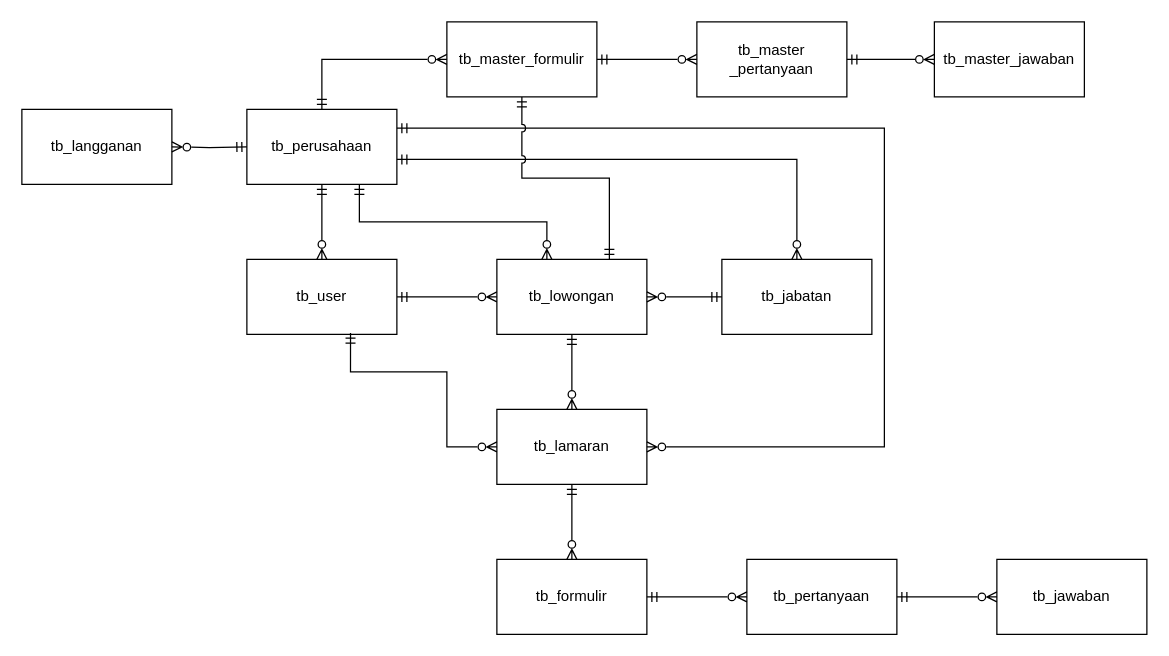
Before: page "ERD v2" (4 of 5) of Rancanngan Basis Data.drawio in keys2505/tugas-akhir, a draw.io diagram. Source tidied: cells renumbered, new cells numbered last; positions are measured from the earlier drawing's top-left corner, leaving out a move shared by most shapes. Both pictures are drawn from the tidied source at 125%, with x=0, y=0 at pixel (21, 21).
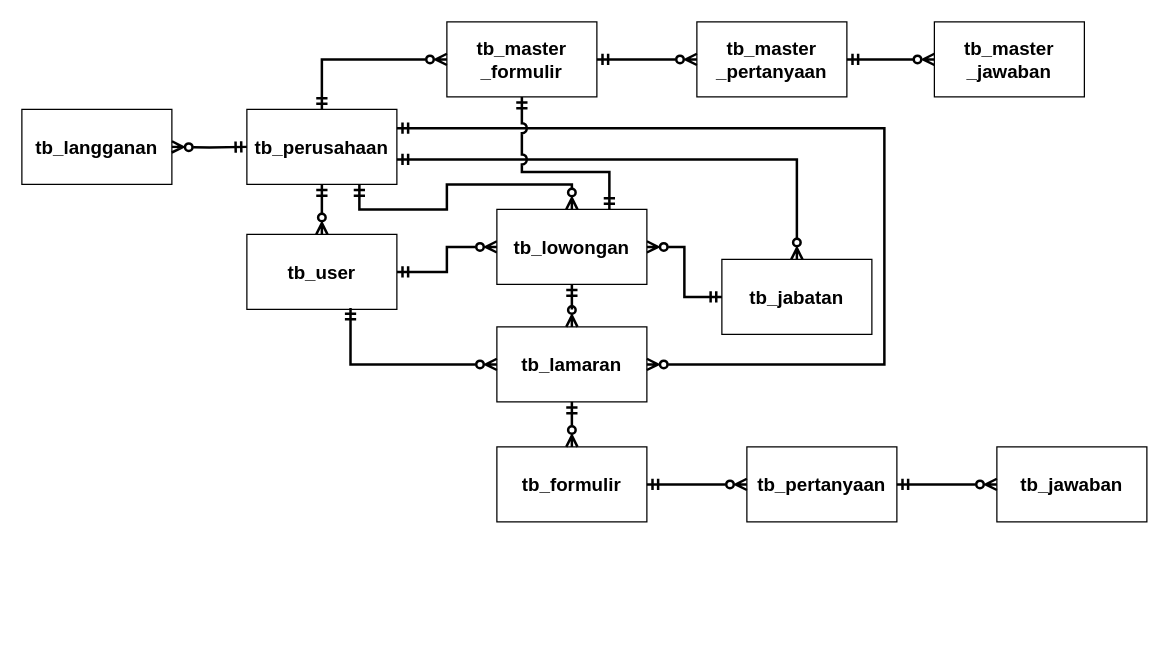
The same diagram, later.

Change to the diagram source:
```diff
@@
-    <mxCell id="2" style="edgeStyle=orthogonalEdgeStyle;rounded=0;jettySize=auto;html=1;strokeColor=default;endArrow=ERzeroToMany;endFill=0;startArrow=ERmandOne;startFill=0;" parent="1" edge="1" source="3" target="13">
+    <mxCell id="2" style="edgeStyle=orthogonalEdgeStyle;rounded=0;jettySize=auto;html=1;strokeColor=default;endArrow=ERzeroToMany;endFill=0;startArrow=ERmandOne;startFill=0;fontSize=15;fontStyle=1;strokeWidth=2;" parent="1" edge="1" source="3" target="13">
       <mxGeometry relative="1" as="geometry" />
     </mxCell>
-    <mxCell id="3" value="tb_user" style="rounded=0;whiteSpace=wrap;html=1;" parent="1" vertex="1">
-      <mxGeometry x="180" y="190" width="120" height="60" as="geometry" />
+    <mxCell id="3" value="tb_user" style="rounded=0;whiteSpace=wrap;html=1;fontSize=15;fontStyle=1;" parent="1" vertex="1">
+      <mxGeometry x="180" y="170" width="120" height="60" as="geometry" />
     </mxCell>
-    <mxCell id="4" value="tb_perusahaan" style="rounded=0;whiteSpace=wrap;html=1;" parent="1" vertex="1">
+    <mxCell id="4" value="tb_perusahaan" style="rounded=0;whiteSpace=wrap;html=1;fontSize=15;fontStyle=1;" parent="1" vertex="1">
       <mxGeometry x="180" y="70" width="120" height="60" as="geometry" />
     </mxCell>
-    <mxCell id="5" value="tb_jabatan" style="rounded=0;whiteSpace=wrap;html=1;" parent="1" vertex="1">
+    <mxCell id="5" value="tb_jabatan" style="rounded=0;whiteSpace=wrap;html=1;fontSize=15;fontStyle=1;" parent="1" vertex="1">
       <mxGeometry x="560" y="190" width="120" height="60" as="geometry" />
     </mxCell>
-    <mxCell id="6" value="tb_master_formulir" style="rounded=0;whiteSpace=wrap;html=1;" parent="1" vertex="1">
+    <mxCell id="6" value="tb_master&lt;br&gt;_formulir" style="rounded=0;whiteSpace=wrap;html=1;fontSize=15;fontStyle=1;" parent="1" vertex="1">
       <mxGeometry x="340" width="120" height="60" as="geometry" />
     </mxCell>
-    <mxCell id="7" value="tb_master&lt;br&gt;_pertanyaan" style="rounded=0;whiteSpace=wrap;html=1;" parent="1" vertex="1">
+    <mxCell id="7" value="tb_master&lt;br style=&quot;font-size: 15px;&quot;&gt;_pertanyaan" style="rounded=0;whiteSpace=wrap;html=1;fontSize=15;fontStyle=1;" parent="1" vertex="1">
       <mxGeometry x="540" width="120" height="60" as="geometry" />
     </mxCell>
-    <mxCell id="8" value="tb_master_jawaban" style="rounded=0;whiteSpace=wrap;html=1;" parent="1" vertex="1">
+    <mxCell id="8" value="tb_master&lt;br&gt;_jawaban" style="rounded=0;whiteSpace=wrap;html=1;fontSize=15;fontStyle=1;" parent="1" vertex="1">
       <mxGeometry x="730" width="120" height="60" as="geometry" />
     </mxCell>
-    <mxCell id="9" value="tb_formulir" style="rounded=0;whiteSpace=wrap;html=1;" parent="1" vertex="1">
-      <mxGeometry x="380" y="430" width="120" height="60" as="geometry" />
+    <mxCell id="9" value="tb_formulir" style="rounded=0;whiteSpace=wrap;html=1;fontSize=15;fontStyle=1;" parent="1" vertex="1">
+      <mxGeometry x="380" y="340" width="120" height="60" as="geometry" />
     </mxCell>
-    <mxCell id="10" value="tb_lamaran" style="rounded=0;whiteSpace=wrap;html=1;" parent="1" vertex="1">
-      <mxGeometry x="380" y="310" width="120" height="60" as="geometry" />
+    <mxCell id="10" value="tb_lamaran" style="rounded=0;whiteSpace=wrap;html=1;fontSize=15;fontStyle=1;" parent="1" vertex="1">
+      <mxGeometry x="380" y="244" width="120" height="60" as="geometry" />
     </mxCell>
-    <mxCell id="11" value="tb_pertanyaan" style="rounded=0;whiteSpace=wrap;html=1;" parent="1" vertex="1">
-      <mxGeometry x="580" y="430" width="120" height="60" as="geometry" />
+    <mxCell id="11" value="tb_pertanyaan" style="rounded=0;whiteSpace=wrap;html=1;fontSize=15;fontStyle=1;" parent="1" vertex="1">
+      <mxGeometry x="580" y="340" width="120" height="60" as="geometry" />
     </mxCell>
-    <mxCell id="12" value="tb_jawaban" style="rounded=0;whiteSpace=wrap;html=1;" parent="1" vertex="1">
-      <mxGeometry x="780" y="430" width="120" height="60" as="geometry" />
+    <mxCell id="12" value="tb_jawaban" style="rounded=0;whiteSpace=wrap;html=1;fontSize=15;fontStyle=1;" parent="1" vertex="1">
+      <mxGeometry x="780" y="340" width="120" height="60" as="geometry" />
     </mxCell>
-    <mxCell id="13" value="tb_lowongan" style="rounded=0;whiteSpace=wrap;html=1;" parent="1" vertex="1">
-      <mxGeometry x="380" y="190" width="120" height="60" as="geometry" />
-    </mxCell>
-    <mxCell id="14" style="edgeStyle=orthogonalEdgeStyle;rounded=0;jettySize=auto;html=1;strokeColor=default;endArrow=ERzeroToMany;endFill=0;startArrow=ERmandOne;startFill=0;exitX=0.5;exitY=1;exitDx=0;exitDy=0;entryX=0.5;entryY=0;entryDx=0;entryDy=0;" parent="1" edge="1" source="13" target="10">
+    <mxCell id="14" style="edgeStyle=orthogonalEdgeStyle;rounded=0;jettySize=auto;html=1;strokeColor=default;endArrow=ERzeroToMany;endFill=0;startArrow=ERmandOne;startFill=0;exitX=0.5;exitY=1;exitDx=0;exitDy=0;entryX=0.5;entryY=0;entryDx=0;entryDy=0;fontSize=15;fontStyle=1;strokeWidth=2;" parent="1" edge="1" source="13" target="10">
       <mxGeometry relative="1" as="geometry">
         <Array as="points">
-          <mxPoint x="440" y="260" />
-          <mxPoint x="440" y="260" />
+          <mxPoint x="440" y="230" />
+          <mxPoint x="440" y="230" />
         </Array>
       </mxGeometry>
     </mxCell>
-    <mxCell id="15" style="edgeStyle=orthogonalEdgeStyle;rounded=0;jettySize=auto;html=1;strokeColor=default;endArrow=ERzeroToMany;endFill=0;startArrow=ERmandOne;startFill=0;entryX=0.5;entryY=0;entryDx=0;entryDy=0;exitX=0.5;exitY=1;exitDx=0;exitDy=0;" parent="1" edge="1" source="10" target="9">
+    <mxCell id="15" style="edgeStyle=orthogonalEdgeStyle;rounded=0;jettySize=auto;html=1;strokeColor=default;endArrow=ERzeroToMany;endFill=0;startArrow=ERmandOne;startFill=0;entryX=0.5;entryY=0;entryDx=0;entryDy=0;exitX=0.5;exitY=1;exitDx=0;exitDy=0;fontSize=15;fontStyle=1;strokeWidth=2;" parent="1" edge="1" source="10" target="9">
       <mxGeometry relative="1" as="geometry">
         <Array as="points">
-          <mxPoint x="440" y="430" />
-          <mxPoint x="440" y="430" />
+          <mxPoint x="440" y="320" />
+          <mxPoint x="440" y="320" />
         </Array>
       </mxGeometry>
     </mxCell>
-    <mxCell id="16" style="edgeStyle=orthogonalEdgeStyle;rounded=0;jettySize=auto;html=1;strokeColor=default;endArrow=ERzeroToMany;endFill=0;startArrow=ERmandOne;startFill=0;entryX=0;entryY=0.5;entryDx=0;entryDy=0;exitX=1;exitY=0.5;exitDx=0;exitDy=0;" parent="1" edge="1" source="9" target="11">
+    <mxCell id="16" style="edgeStyle=orthogonalEdgeStyle;rounded=0;jettySize=auto;html=1;strokeColor=default;endArrow=ERzeroToMany;endFill=0;startArrow=ERmandOne;startFill=0;entryX=0;entryY=0.5;entryDx=0;entryDy=0;exitX=1;exitY=0.5;exitDx=0;exitDy=0;fontSize=15;fontStyle=1;strokeWidth=2;" parent="1" edge="1" source="9" target="11">
       <mxGeometry relative="1" as="geometry">
         <Array as="points">
-          <mxPoint x="550" y="460" />
-          <mxPoint x="550" y="460" />
+          <mxPoint x="550" y="370" />
+          <mxPoint x="550" y="370" />
         </Array>
       </mxGeometry>
     </mxCell>
-    <mxCell id="17" style="edgeStyle=orthogonalEdgeStyle;rounded=0;jettySize=auto;html=1;strokeColor=default;endArrow=ERzeroToMany;endFill=0;startArrow=ERmandOne;startFill=0;entryX=0;entryY=0.5;entryDx=0;entryDy=0;exitX=1;exitY=0.5;exitDx=0;exitDy=0;" parent="1" edge="1" source="11" target="12">
+    <mxCell id="17" style="edgeStyle=orthogonalEdgeStyle;rounded=0;jettySize=auto;html=1;strokeColor=default;endArrow=ERzeroToMany;endFill=0;startArrow=ERmandOne;startFill=0;entryX=0;entryY=0.5;entryDx=0;entryDy=0;exitX=1;exitY=0.5;exitDx=0;exitDy=0;fontSize=15;fontStyle=1;strokeWidth=2;" parent="1" edge="1" source="11" target="12">
       <mxGeometry relative="1" as="geometry">
         <Array as="points">
-          <mxPoint x="750" y="460" />
-          <mxPoint x="750" y="460" />
+          <mxPoint x="750" y="370" />
+          <mxPoint x="750" y="370" />
         </Array>
       </mxGeometry>
     </mxCell>
-    <mxCell id="18" style="edgeStyle=orthogonalEdgeStyle;rounded=0;jettySize=auto;html=1;strokeColor=default;endArrow=ERzeroToMany;endFill=0;startArrow=ERmandOne;startFill=0;exitX=0.5;exitY=0;exitDx=0;exitDy=0;entryX=0.5;entryY=0;entryDx=0;entryDy=0;" parent="1" edge="1" target="3">
+    <mxCell id="18" style="edgeStyle=orthogonalEdgeStyle;rounded=0;jettySize=auto;html=1;strokeColor=default;endArrow=ERzeroToMany;endFill=0;startArrow=ERmandOne;startFill=0;entryX=0.5;entryY=0;entryDx=0;entryDy=0;fontSize=15;fontStyle=1;strokeWidth=2;exitX=0.5;exitY=1;exitDx=0;exitDy=0;" parent="1" edge="1" source="4" target="3">
       <mxGeometry relative="1" as="geometry">
-        <mxPoint x="240" y="130" as="sourcePoint" />
         <Array as="points">
-          <mxPoint x="240" y="160" />
-          <mxPoint x="240" y="160" />
+          <mxPoint x="240" y="140" />
+          <mxPoint x="240" y="140" />
         </Array>
       </mxGeometry>
     </mxCell>
-    <mxCell id="19" style="edgeStyle=orthogonalEdgeStyle;rounded=0;jettySize=auto;html=1;strokeColor=default;endArrow=ERzeroToMany;endFill=0;startArrow=ERmandOne;startFill=0;" parent="1" edge="1" target="5">
+    <mxCell id="19" style="edgeStyle=orthogonalEdgeStyle;rounded=0;jettySize=auto;html=1;strokeColor=default;endArrow=ERzeroToMany;endFill=0;startArrow=ERmandOne;startFill=0;fontSize=15;fontStyle=1;strokeWidth=2;" parent="1" edge="1" target="5">
       <mxGeometry relative="1" as="geometry">
         <mxPoint x="300" y="110" as="sourcePoint" />
         <Array as="points">
           <mxPoint x="300" y="110" />
           <mxPoint x="620" y="110" />
         </Array>
       </mxGeometry>
     </mxCell>
-    <mxCell id="20" style="edgeStyle=orthogonalEdgeStyle;rounded=0;jettySize=auto;html=1;strokeColor=default;endArrow=ERzeroToMany;endFill=0;startArrow=ERmandOne;startFill=0;entryX=0;entryY=0.5;entryDx=0;entryDy=0;" parent="1" edge="1" target="6">
+    <mxCell id="20" style="edgeStyle=orthogonalEdgeStyle;rounded=0;jettySize=auto;html=1;strokeColor=default;endArrow=ERzeroToMany;endFill=0;startArrow=ERmandOne;startFill=0;entryX=0;entryY=0.5;entryDx=0;entryDy=0;fontSize=15;fontStyle=1;strokeWidth=2;" parent="1" edge="1" target="6">
       <mxGeometry relative="1" as="geometry">
         <mxPoint x="240" y="70" as="sourcePoint" />
         <Array as="points">
           <mxPoint x="240" y="30" />
         </Array>
       </mxGeometry>
     </mxCell>
-    <mxCell id="21" style="edgeStyle=orthogonalEdgeStyle;rounded=0;jettySize=auto;html=1;strokeColor=default;endArrow=ERzeroToMany;endFill=0;startArrow=ERmandOne;startFill=0;exitX=1;exitY=0.5;exitDx=0;exitDy=0;" parent="1" edge="1" source="6" target="7">
+    <mxCell id="21" style="edgeStyle=orthogonalEdgeStyle;rounded=0;jettySize=auto;html=1;strokeColor=default;endArrow=ERzeroToMany;endFill=0;startArrow=ERmandOne;startFill=0;exitX=1;exitY=0.5;exitDx=0;exitDy=0;fontSize=15;fontStyle=1;strokeWidth=2;" parent="1" edge="1" source="6" target="7">
       <mxGeometry relative="1" as="geometry" />
     </mxCell>
-    <mxCell id="22" style="edgeStyle=orthogonalEdgeStyle;rounded=0;jettySize=auto;html=1;strokeColor=default;endArrow=ERzeroToMany;endFill=0;startArrow=ERmandOne;startFill=0;exitX=1;exitY=0.5;exitDx=0;exitDy=0;entryX=0;entryY=0.5;entryDx=0;entryDy=0;" parent="1" edge="1" source="7" target="8">
+    <mxCell id="22" style="edgeStyle=orthogonalEdgeStyle;rounded=0;jettySize=auto;html=1;strokeColor=default;endArrow=ERzeroToMany;endFill=0;startArrow=ERmandOne;startFill=0;exitX=1;exitY=0.5;exitDx=0;exitDy=0;entryX=0;entryY=0.5;entryDx=0;entryDy=0;fontSize=15;fontStyle=1;strokeWidth=2;" parent="1" edge="1" source="7" target="8">
       <mxGeometry relative="1" as="geometry" />
     </mxCell>
-    <mxCell id="23" style="edgeStyle=orthogonalEdgeStyle;rounded=0;jettySize=auto;html=1;strokeColor=default;endArrow=ERzeroToMany;endFill=0;startArrow=ERmandOne;startFill=0;exitX=0.75;exitY=1;exitDx=0;exitDy=0;" parent="1" edge="1" source="4">
-      <mxGeometry relative="1" as="geometry">
-        <mxPoint x="420" y="190" as="targetPoint" />
-        <Array as="points">
-          <mxPoint x="270" y="160" />
-          <mxPoint x="420" y="160" />
-          <mxPoint x="420" y="190" />
-        </Array>
-      </mxGeometry>
-    </mxCell>
-    <mxCell id="24" style="edgeStyle=orthogonalEdgeStyle;rounded=0;jettySize=auto;html=1;strokeColor=default;endArrow=ERzeroToMany;endFill=0;startArrow=ERmandOne;startFill=0;entryX=1;entryY=0.5;entryDx=0;entryDy=0;" parent="1" edge="1" source="5" target="13">
+    <mxCell id="24" style="edgeStyle=orthogonalEdgeStyle;rounded=0;jettySize=auto;html=1;strokeColor=default;endArrow=ERzeroToMany;endFill=0;startArrow=ERmandOne;startFill=0;entryX=1;entryY=0.5;entryDx=0;entryDy=0;fontSize=15;fontStyle=1;strokeWidth=2;" parent="1" edge="1" source="5" target="13">
       <mxGeometry relative="1" as="geometry" />
     </mxCell>
-    <mxCell id="25" style="edgeStyle=orthogonalEdgeStyle;rounded=0;jettySize=auto;html=1;strokeColor=default;endArrow=ERzeroToMany;endFill=0;startArrow=ERmandOne;startFill=0;exitX=0.691;exitY=0.983;exitDx=0;exitDy=0;entryX=0;entryY=0.5;entryDx=0;entryDy=0;exitPerimeter=0;" parent="1" edge="1" source="3" target="10">
+    <mxCell id="25" style="edgeStyle=orthogonalEdgeStyle;rounded=0;jettySize=auto;html=1;strokeColor=default;endArrow=ERzeroToMany;endFill=0;startArrow=ERmandOne;startFill=0;exitX=0.691;exitY=0.983;exitDx=0;exitDy=0;exitPerimeter=0;fontSize=15;fontStyle=1;strokeWidth=2;" parent="1" edge="1" source="3" target="10">
       <mxGeometry relative="1" as="geometry">
         <Array as="points">
-          <mxPoint x="263" y="280" />
-          <mxPoint x="340" y="280" />
-          <mxPoint x="340" y="340" />
+          <mxPoint x="263" y="274" />
         </Array>
       </mxGeometry>
     </mxCell>
-    <mxCell id="26" style="edgeStyle=orthogonalEdgeStyle;rounded=0;jettySize=auto;html=1;strokeColor=default;endArrow=ERzeroToMany;endFill=0;startArrow=ERmandOne;startFill=0;exitX=1;exitY=0.25;exitDx=0;exitDy=0;" parent="1" edge="1" source="4" target="10">
+    <mxCell id="26" style="edgeStyle=orthogonalEdgeStyle;rounded=0;jettySize=auto;html=1;strokeColor=default;endArrow=ERzeroToMany;endFill=0;startArrow=ERmandOne;startFill=0;exitX=1;exitY=0.25;exitDx=0;exitDy=0;fontSize=15;fontStyle=1;strokeWidth=2;" parent="1" edge="1" source="4" target="10">
       <mxGeometry relative="1" as="geometry">
         <Array as="points">
           <mxPoint x="690" y="85" />
-          <mxPoint x="690" y="340" />
+          <mxPoint x="690" y="274" />
         </Array>
       </mxGeometry>
     </mxCell>
-    <mxCell id="27" style="edgeStyle=orthogonalEdgeStyle;rounded=0;jettySize=auto;html=1;strokeColor=default;endArrow=ERmandOne;endFill=0;startArrow=ERmandOne;startFill=0;entryX=0.75;entryY=0;entryDx=0;entryDy=0;jumpStyle=arc;" parent="1" edge="1" source="6" target="13">
-      <mxGeometry relative="1" as="geometry" />
+    <mxCell id="27" style="edgeStyle=orthogonalEdgeStyle;rounded=0;jettySize=auto;html=1;strokeColor=default;endArrow=ERmandOne;endFill=0;startArrow=ERmandOne;startFill=0;entryX=0.75;entryY=0;entryDx=0;entryDy=0;jumpStyle=arc;fontSize=15;fontStyle=1;strokeWidth=2;" parent="1" edge="1" source="6" target="13">
+      <mxGeometry relative="1" as="geometry">
+        <Array as="points">
+          <mxPoint x="400" y="120" />
+          <mxPoint x="470" y="120" />
+        </Array>
+      </mxGeometry>
     </mxCell>
-    <mxCell id="28" value="tb_langganan" style="rounded=0;whiteSpace=wrap;html=1;" parent="1" vertex="1">
+    <mxCell id="28" value="tb_langganan" style="rounded=0;whiteSpace=wrap;html=1;fontSize=15;fontStyle=1;" parent="1" vertex="1">
       <mxGeometry y="70" width="120" height="60" as="geometry" />
     </mxCell>
-    <mxCell id="29" style="edgeStyle=orthogonalEdgeStyle;rounded=0;jettySize=auto;html=1;strokeColor=default;endArrow=ERzeroToMany;endFill=0;startArrow=ERmandOne;startFill=0;" parent="1" edge="1" target="28">
+    <mxCell id="29" style="edgeStyle=orthogonalEdgeStyle;rounded=0;jettySize=auto;html=1;strokeColor=default;endArrow=ERzeroToMany;endFill=0;startArrow=ERmandOne;startFill=0;fontSize=19;fontStyle=1;strokeWidth=2;" parent="1" edge="1" target="28">
       <mxGeometry relative="1" as="geometry">
         <mxPoint x="180" y="100" as="sourcePoint" />
       </mxGeometry>
     </mxCell>
+    <mxCell id="30" style="edgeStyle=orthogonalEdgeStyle;rounded=0;jettySize=auto;html=1;strokeColor=default;endArrow=ERzeroToMany;endFill=0;startArrow=ERmandOne;startFill=0;exitX=0.75;exitY=1;exitDx=0;exitDy=0;fontSize=15;fontStyle=1;strokeWidth=2;" parent="1" edge="1" source="4" target="13">
+      <mxGeometry relative="1" as="geometry" />
+    </mxCell>
+    <mxCell id="13" value="tb_lowongan" style="rounded=0;whiteSpace=wrap;html=1;fontSize=15;fontStyle=1;" parent="1" vertex="1">
+      <mxGeometry x="380" y="150" width="120" height="60" as="geometry" />
+    </mxCell>
```
